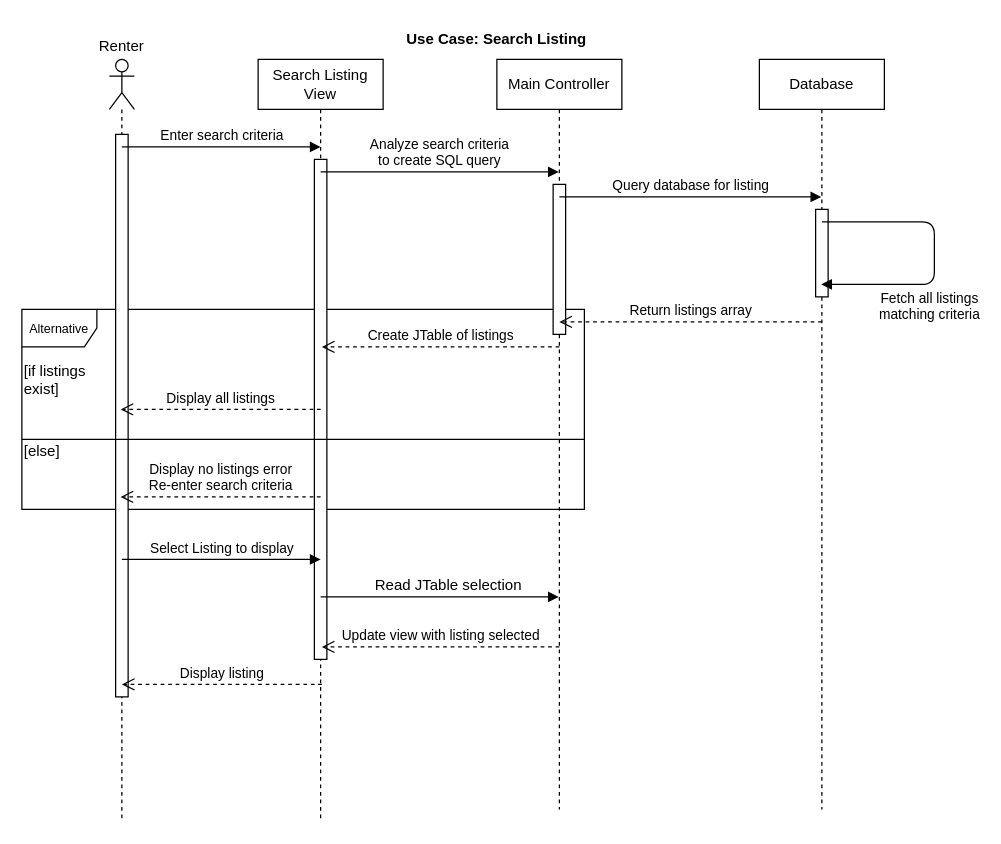
Above: page "Search Listing" (2 of 10) of SequenceDiagrams.drawio in ryan-holt/ENSF480FinalProject (draw.io), before the change. Source tidied: cells renumbered, new cells numbered last; positions are measured from the earlier drawing's top-left corner, leaving out a move shared by most shapes. Both pictures are drawn from the tidied source at 125%, with x=0, y=0 at pixel (21, 21).
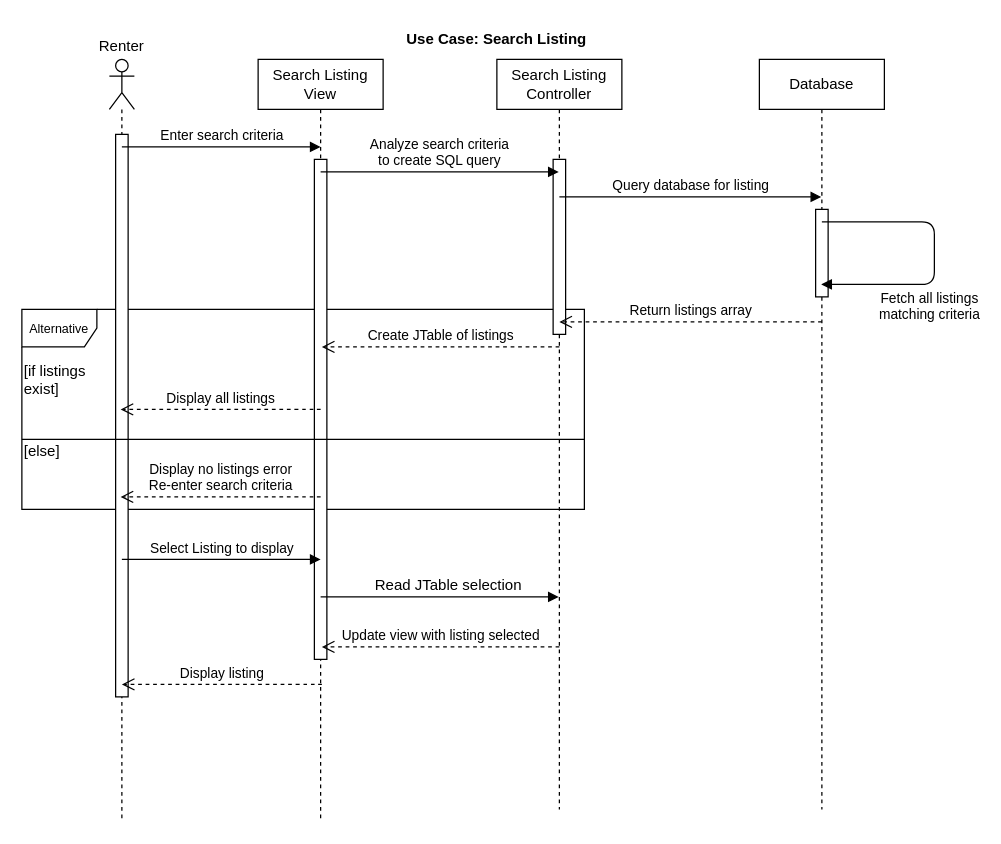
Above is the later version.

What changed in the source:
```diff
@@
-    <mxCell id="5" value="Main Controller" style="shape=umlLifeline;perimeter=lifelinePerimeter;whiteSpace=wrap;html=1;outlineConnect=0;" parent="1" vertex="1">
+    <mxCell id="5" value="Search Listing&lt;br&gt;Controller" style="shape=umlLifeline;perimeter=lifelinePerimeter;whiteSpace=wrap;html=1;outlineConnect=0;" parent="1" vertex="1">
       <mxGeometry x="380" y="30" width="100" height="600" as="geometry" />
     </mxCell>
     <mxCell id="6" style="html=1;perimeter=orthogonalPerimeter;" parent="5" vertex="1">
-      <mxGeometry x="45" y="100" width="10" height="120" as="geometry" />
+      <mxGeometry x="45" y="80" width="10" height="140" as="geometry" />
     </mxCell>
```
